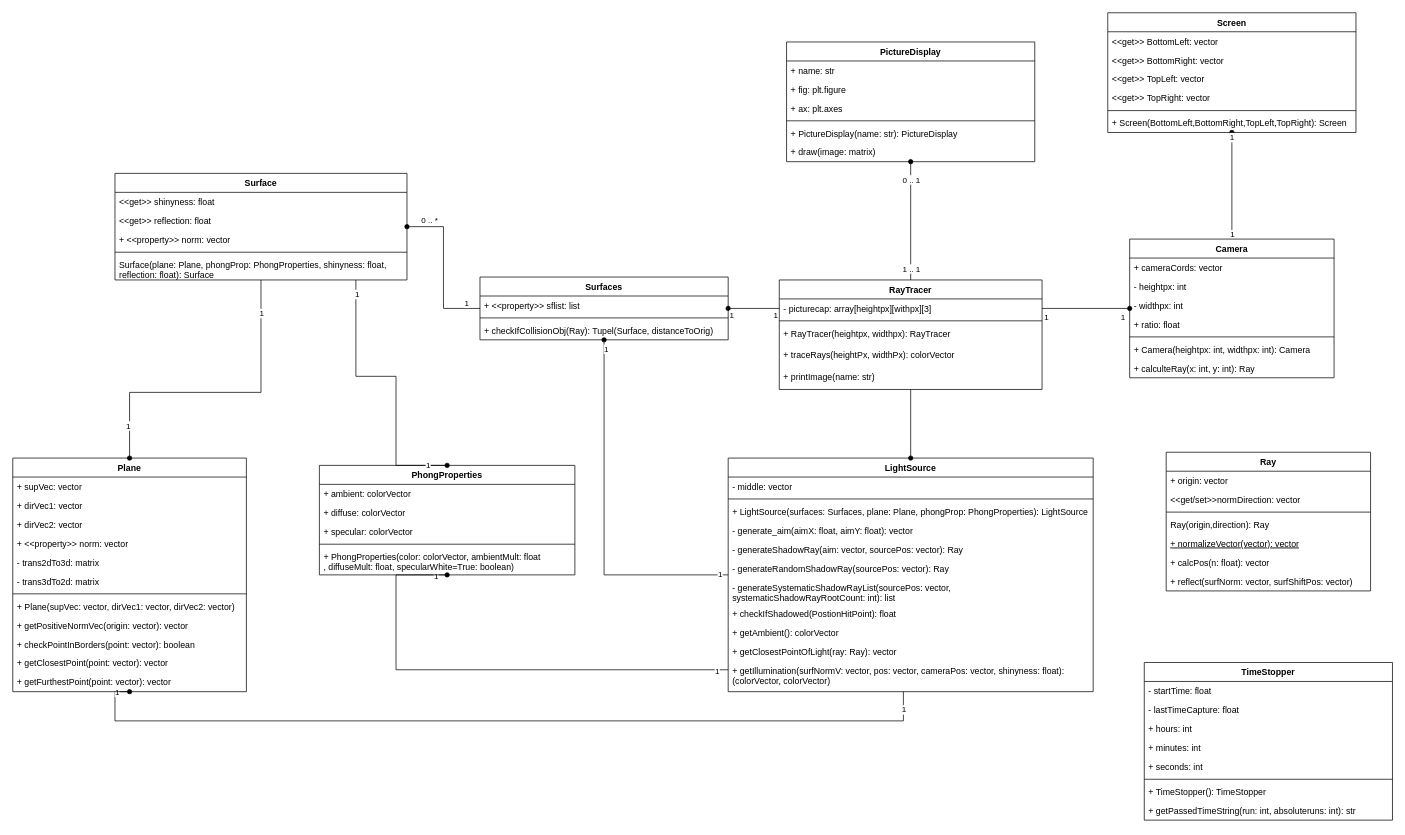
Earlier version of the draw.io diagram rayclasses.drawio (FreshMax9000/RayTrace). Source tidied: cells renumbered, new cells numbered last; positions are measured from the earlier drawing's top-left corner, leaving out a move shared by most shapes. Both pictures are drawn from the tidied source at 73%, with x=0, y=0 at pixel (12, 12).
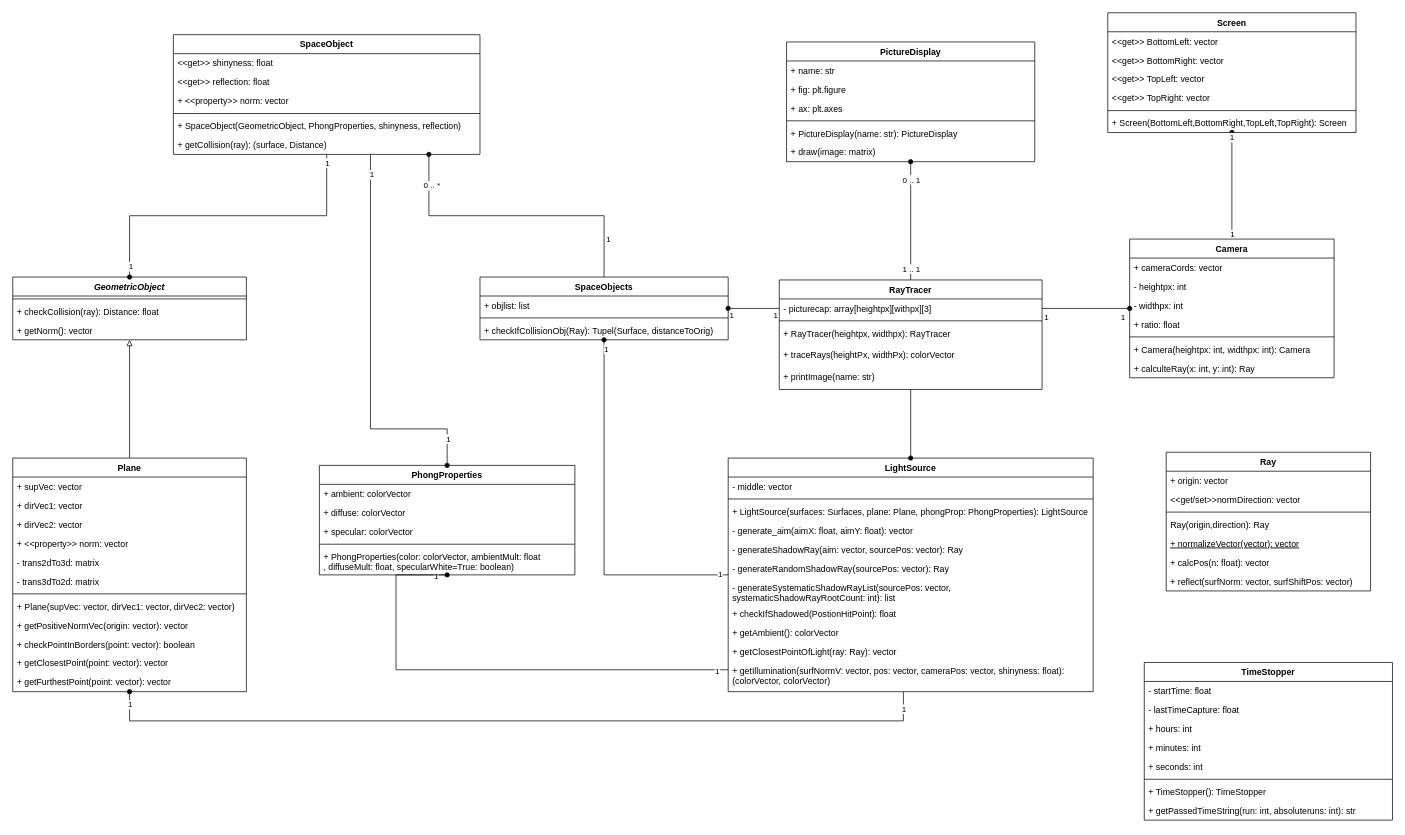
Above is the later version.

Commit message:
Added generalization of Objects in Space

The change refers to these unchanged cells:
```xml
<mxCell id="62" value="Plane" style="swimlane;fontStyle=1;align=center;verticalAlign=top;horizontal=1;startSize=26;" parent="1" vertex="1">
  <mxGeometry y="610" width="320" height="320" as="geometry" />
</mxCell>
<mxCell id="78" value="LightSource" style="swimlane;fontStyle=1;align=center;verticalAlign=top;horizontal=1;startSize=26;" parent="1" vertex="1">
  <mxGeometry x="980" y="610" width="500" height="320" as="geometry" />
</mxCell>
<mxCell id="93" value="PhongProperties" style="swimlane;fontStyle=1;align=center;verticalAlign=top;horizontal=1;startSize=26;" parent="1" vertex="1">
  <mxGeometry x="420" y="620" width="350" height="150" as="geometry" />
</mxCell>
```

Diff of the diagram source:
```diff
@@
-    <mxCell id="2" style="edgeStyle=orthogonalEdgeStyle;rounded=0;jettySize=auto;html=1;startArrow=oval;startFill=1;endArrow=none;endFill=0;" parent="1" edge="1" source="5" target="46">
-      <mxGeometry relative="1" as="geometry" />
+    <mxCell id="2" style="edgeStyle=orthogonalEdgeStyle;rounded=0;jettySize=auto;html=1;startArrow=oval;startFill=1;endArrow=none;endFill=0;" parent="1" edge="1" source="120" target="46">
+      <mxGeometry relative="1" as="geometry">
+        <Array as="points">
+          <mxPoint x="570" y="278" />
+          <mxPoint x="810" y="278" />
+        </Array>
+      </mxGeometry>
     </mxCell>
@@
-    <mxCell id="5" value="Surface" style="swimlane;fontStyle=1;align=center;verticalAlign=top;horizontal=1;startSize=26;" parent="1" vertex="1">
-      <mxGeometry x="140" y="220" width="400" height="146" as="geometry" />
-    </mxCell>
-    <mxCell id="6" value="&lt;&lt;get&gt;&gt; shinyness: float" style="text;strokeColor=none;fillColor=none;align=left;verticalAlign=top;spacingLeft=4;spacingRight=4;overflow=hidden;" parent="5" vertex="1">
-      <mxGeometry y="26" width="400" height="26" as="geometry" />
-    </mxCell>
-    <mxCell id="7" value="&lt;&lt;get&gt;&gt; reflection: float" style="text;strokeColor=none;fillColor=none;align=left;verticalAlign=top;spacingLeft=4;spacingRight=4;overflow=hidden;" parent="5" vertex="1">
-      <mxGeometry y="52" width="400" height="26" as="geometry" />
-    </mxCell>
-    <mxCell id="8" value="+ &lt;&lt;property&gt;&gt; norm: vector" style="text;strokeColor=none;fillColor=none;align=left;verticalAlign=top;spacingLeft=4;spacingRight=4;overflow=hidden;" parent="5" vertex="1">
-      <mxGeometry y="78" width="400" height="26" as="geometry" />
-    </mxCell>
-    <mxCell id="9" style="line;strokeWidth=1;fillColor=none;align=left;verticalAlign=middle;spacingTop=-1;spacingLeft=3;spacingRight=3;labelPosition=right;" parent="5" vertex="1">
-      <mxGeometry y="104" width="400" height="8" as="geometry" />
-    </mxCell>
-    <mxCell id="10" value="Surface(plane: Plane, phongProp: PhongProperties, shinyness: float, &#10;reflection: float): Surface" style="text;strokeColor=none;fillColor=none;align=left;verticalAlign=top;spacingLeft=4;spacingRight=4;overflow=hidden;" parent="5" vertex="1">
-      <mxGeometry y="112" width="400" height="34" as="geometry" />
-    </mxCell>
@@
-    <mxCell id="46" value="Surfaces" style="swimlane;fontStyle=1;align=center;verticalAlign=top;horizontal=1;startSize=26;" parent="1" vertex="1">
+    <mxCell id="46" value="SpaceObjects" style="swimlane;fontStyle=1;align=center;verticalAlign=top;horizontal=1;startSize=26;" parent="1" vertex="1">
       <mxGeometry x="640" y="362" width="340" height="86" as="geometry" />
     </mxCell>
-    <mxCell id="47" value="+ &lt;&lt;property&gt;&gt; sflist: list" style="text;strokeColor=none;fillColor=none;align=left;verticalAlign=top;spacingLeft=4;spacingRight=4;overflow=hidden;" parent="46" vertex="1">
+    <mxCell id="47" value="+ objlist: list" style="text;strokeColor=none;fillColor=none;align=left;verticalAlign=top;spacingLeft=4;spacingRight=4;overflow=hidden;" parent="46" vertex="1">
       <mxGeometry y="26" width="340" height="26" as="geometry" />
     </mxCell>
@@
     <mxCell id="59" style="edgeStyle=orthogonalEdgeStyle;rounded=0;jettySize=auto;html=1;exitX=0.5;exitY=1;exitDx=0;exitDy=0;startArrow=oval;startFill=1;endArrow=none;endFill=0;" parent="1" edge="1" source="62" target="78">
       <mxGeometry relative="1" as="geometry">
         <Array as="points">
-          <mxPoint x="140" y="930" />
-          <mxPoint x="140" y="970" />
+          <mxPoint x="160" y="970" />
           <mxPoint x="1220" y="970" />
         </Array>
       </mxGeometry>
     </mxCell>
@@
+    <mxCell id="119" style="edgeStyle=orthogonalEdgeStyle;rounded=0;jettySize=auto;html=1;exitX=0.5;exitY=0;exitDx=0;exitDy=0;startArrow=none;startFill=0;endArrow=block;endFill=0;" parent="1" edge="1" source="62" target="124">
+      <mxGeometry relative="1" as="geometry" />
+    </mxCell>
@@
-    <mxCell id="75" style="edgeStyle=orthogonalEdgeStyle;rounded=0;jettySize=auto;html=1;exitX=0.5;exitY=1;exitDx=0;exitDy=0;startArrow=none;startFill=0;endArrow=oval;endFill=1;entryX=0.5;entryY=0;entryDx=0;entryDy=0;" parent="1" edge="1" source="5" target="62">
-      <mxGeometry relative="1" as="geometry">
-        <Array as="points">
-          <mxPoint x="340" y="520" />
-          <mxPoint x="160" y="520" />
-        </Array>
-      </mxGeometry>
-    </mxCell>
-    <mxCell id="76" value="1" style="edgeLabel;html=1;align=center;verticalAlign=middle;" parent="75" vertex="1">
-      <mxGeometry x="-0.79" relative="1" as="geometry" />
-    </mxCell>
-    <mxCell id="77" value="1" style="edgeLabel;html=1;align=center;verticalAlign=middle;" parent="75" vertex="1">
-      <mxGeometry x="0.79" y="-3" relative="1" as="geometry" />
-    </mxCell>
@@
-    <mxCell id="99" style="edgeStyle=orthogonalEdgeStyle;rounded=0;jettySize=auto;html=1;exitX=0.5;exitY=0;exitDx=0;exitDy=0;startArrow=oval;startFill=1;endArrow=none;endFill=0;" parent="1" edge="1" source="93" target="5">
-      <mxGeometry relative="1" as="geometry">
-        <Array as="points">
-          <mxPoint x="525" y="498" />
-          <mxPoint x="470" y="498" />
-        </Array>
-      </mxGeometry>
-    </mxCell>
-    <mxCell id="100" value="1" style="edgeLabel;html=1;align=center;verticalAlign=middle;" parent="99" vertex="1">
-      <mxGeometry x="0.9" y="-1" relative="1" as="geometry" />
-    </mxCell>
-    <mxCell id="101" value="1" style="edgeLabel;html=1;align=center;verticalAlign=middle;" parent="99" vertex="1">
-      <mxGeometry x="-0.86" y="-1" relative="1" as="geometry" />
-    </mxCell>
@@
+    <mxCell id="120" value="SpaceObject" style="swimlane;fontStyle=1;align=center;verticalAlign=top;horizontal=1;startSize=26;" parent="1" vertex="1">
+      <mxGeometry x="220" y="30" width="420" height="164" as="geometry" />
+    </mxCell>
+    <mxCell id="6" value="&lt;&lt;get&gt;&gt; shinyness: float" style="text;strokeColor=none;fillColor=none;align=left;verticalAlign=top;spacingLeft=4;spacingRight=4;overflow=hidden;" parent="120" vertex="1">
+      <mxGeometry y="26" width="420" height="26" as="geometry" />
+    </mxCell>
+    <mxCell id="7" value="&lt;&lt;get&gt;&gt; reflection: float" style="text;strokeColor=none;fillColor=none;align=left;verticalAlign=top;spacingLeft=4;spacingRight=4;overflow=hidden;" parent="120" vertex="1">
+      <mxGeometry y="52" width="420" height="26" as="geometry" />
+    </mxCell>
+    <mxCell id="8" value="+ &lt;&lt;property&gt;&gt; norm: vector" style="text;strokeColor=none;fillColor=none;align=left;verticalAlign=top;spacingLeft=4;spacingRight=4;overflow=hidden;" parent="120" vertex="1">
+      <mxGeometry y="78" width="420" height="26" as="geometry" />
+    </mxCell>
+    <mxCell id="121" style="line;strokeWidth=1;fillColor=none;align=left;verticalAlign=middle;spacingTop=-1;spacingLeft=3;spacingRight=3;labelPosition=right;" parent="120" vertex="1">
+      <mxGeometry y="104" width="420" height="8" as="geometry" />
+    </mxCell>
+    <mxCell id="122" value="+ SpaceObject(GeometricObject, PhongProperties, shinyness, reflection)" style="text;strokeColor=none;fillColor=none;align=left;verticalAlign=top;spacingLeft=4;spacingRight=4;overflow=hidden;" parent="120" vertex="1">
+      <mxGeometry y="112" width="420" height="26" as="geometry" />
+    </mxCell>
+    <mxCell id="123" value="+ getCollision(ray): (surface, Distance)" style="text;strokeColor=none;fillColor=none;align=left;verticalAlign=top;spacingLeft=4;spacingRight=4;overflow=hidden;" parent="120" vertex="1">
+      <mxGeometry y="138" width="420" height="26" as="geometry" />
+    </mxCell>
+    <mxCell id="99" style="edgeStyle=orthogonalEdgeStyle;rounded=0;jettySize=auto;html=1;exitX=0.5;exitY=0;exitDx=0;exitDy=0;startArrow=oval;startFill=1;endArrow=none;endFill=0;" parent="1" edge="1" source="93" target="120">
+      <mxGeometry relative="1" as="geometry">
+        <Array as="points">
+          <mxPoint x="595" y="570" />
+          <mxPoint x="490" y="570" />
+        </Array>
+      </mxGeometry>
+    </mxCell>
+    <mxCell id="100" value="1" style="edgeLabel;html=1;align=center;verticalAlign=middle;" parent="99" vertex="1">
+      <mxGeometry x="0.9" y="-1" relative="1" as="geometry" />
+    </mxCell>
+    <mxCell id="101" value="1" style="edgeLabel;html=1;align=center;verticalAlign=middle;" parent="99" vertex="1">
+      <mxGeometry x="-0.86" y="-1" relative="1" as="geometry" />
+    </mxCell>
+    <mxCell id="124" value="GeometricObject" style="swimlane;fontStyle=3;align=center;verticalAlign=top;horizontal=1;startSize=26;" parent="1" vertex="1">
+      <mxGeometry y="362" width="320" height="86" as="geometry" />
+    </mxCell>
+    <mxCell id="125" style="line;strokeWidth=1;fillColor=none;align=left;verticalAlign=middle;spacingTop=-1;spacingLeft=3;spacingRight=3;labelPosition=right;" parent="124" vertex="1">
+      <mxGeometry y="26" width="320" height="8" as="geometry" />
+    </mxCell>
+    <mxCell id="126" value="+ checkCollision(ray): Distance: float" style="text;strokeColor=none;fillColor=none;align=left;verticalAlign=top;spacingLeft=4;spacingRight=4;overflow=hidden;" parent="124" vertex="1">
+      <mxGeometry y="34" width="320" height="26" as="geometry" />
+    </mxCell>
+    <mxCell id="127" value="+ getNorm(): vector" style="text;strokeColor=none;fillColor=none;align=left;verticalAlign=top;spacingLeft=4;spacingRight=4;overflow=hidden;" parent="124" vertex="1">
+      <mxGeometry y="60" width="320" height="26" as="geometry" />
+    </mxCell>
+    <mxCell id="128" style="edgeStyle=orthogonalEdgeStyle;rounded=0;jettySize=auto;html=1;exitX=0.5;exitY=0;exitDx=0;exitDy=0;endArrow=none;endFill=0;startArrow=oval;startFill=1;" parent="1" edge="1" source="124" target="120">
+      <mxGeometry relative="1" as="geometry" />
+    </mxCell>
+    <mxCell id="129" value="1" style="edgeLabel;html=1;align=center;verticalAlign=middle;" parent="128" vertex="1">
+      <mxGeometry x="0.95" relative="1" as="geometry" />
+    </mxCell>
+    <mxCell id="130" value="1" style="edgeLabel;html=1;align=center;verticalAlign=middle;" parent="128" vertex="1">
+      <mxGeometry x="-0.93" y="-1" relative="1" as="geometry" />
+    </mxCell>
```
